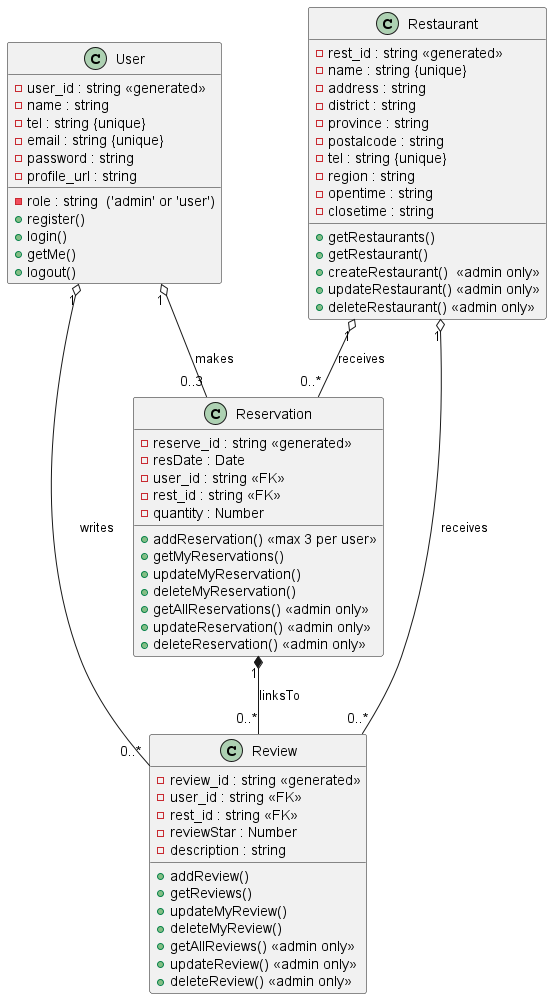
This is out/classDiagram.png from incluDna/Restaurant_reservation_backend, a PlantUML export, as it was before one commit. Source of this version:
```plantuml
@startuml

class User {
    - user_id : string <<generated>>
    - name : string
    - tel : string {unique}
    - email : string {unique}
    - role : string  ('admin' or 'user')
    - password : string
    - profile_url : string
    + register()
    + login()
    + getMe()
    + logout()
}

class Restaurant {
    - rest_id : string <<generated>>
    - name : string {unique}
    - address : string
    - district : string
    - province : string
    - postalcode : string
    - tel : string {unique}
    - region : string
    - opentime : string
    - closetime : string
    + getRestaurants()
    + getRestaurant()
    + createRestaurant()  <<admin only>>
    + updateRestaurant() <<admin only>>
    + deleteRestaurant() <<admin only>>
}

class Reservation {
    - reserve_id : string <<generated>>
    - resDate : Date
    - user_id : string <<FK>>
    - rest_id : string <<FK>>
    - quantity : Number
    + addReservation() <<max 3 per user>>
    + getMyReservations()
    + updateMyReservation()
    + deleteMyReservation()
    + getAllReservations() <<admin only>>
    + updateReservation() <<admin only>>
    + deleteReservation() <<admin only>>
}

class Review {
    - review_id : string <<generated>>
    - user_id : string <<FK>>
    - rest_id : string <<FK>>
    - reviewStar : Number
    - description : string
    + addReview()
    + getReviews()
    + updateMyReview()
    + deleteMyReview()
    + getAllReviews() <<admin only>>
    + updateReview() <<admin only>>
    + deleteReview() <<admin only>>
}

User "1" o-- "0..3" Reservation : makes
Restaurant "1" o-- "0..*" Reservation : receives

User "1" o-- "0..*" Review : writes
Restaurant "1" o-- "0..*" Review : receives

Reservation "1" *-- "0..*" Review : linksTo

@enduml
```
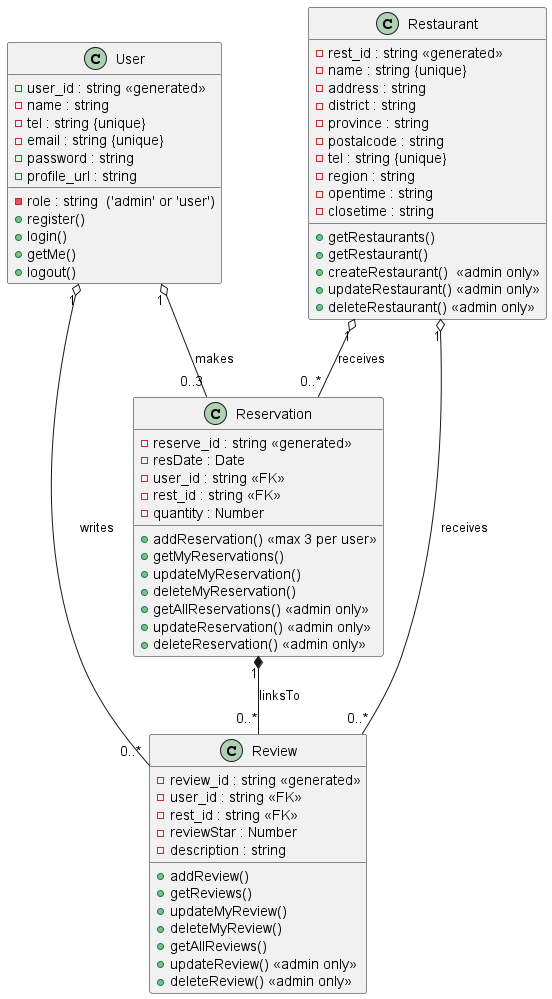
After the commit.

What changed in the source:
```diff
@@ -57,7 +57,7 @@
     + getReviews()
     + updateMyReview()
     + deleteMyReview()
-    + getAllReviews() <<admin only>>
+    + getAllReviews()
     + updateReview() <<admin only>>
     + deleteReview() <<admin only>>
 }
```
